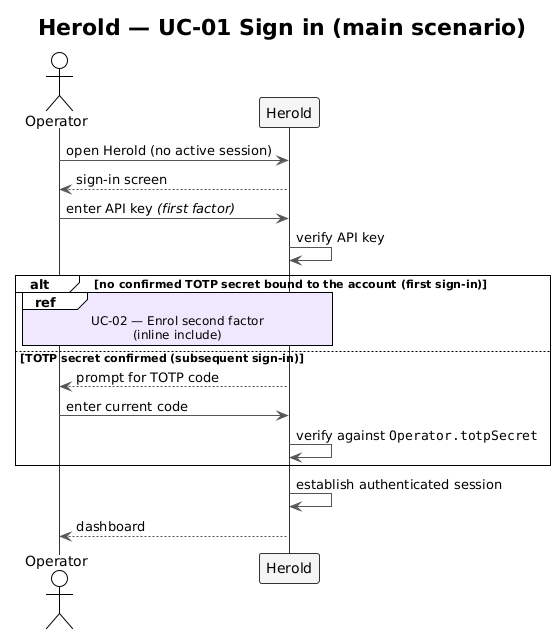
Above: docs/spec/diagrams-png/f2-uc01-sign-in.png in carstenlucke/herold (PlantUML), before the change.
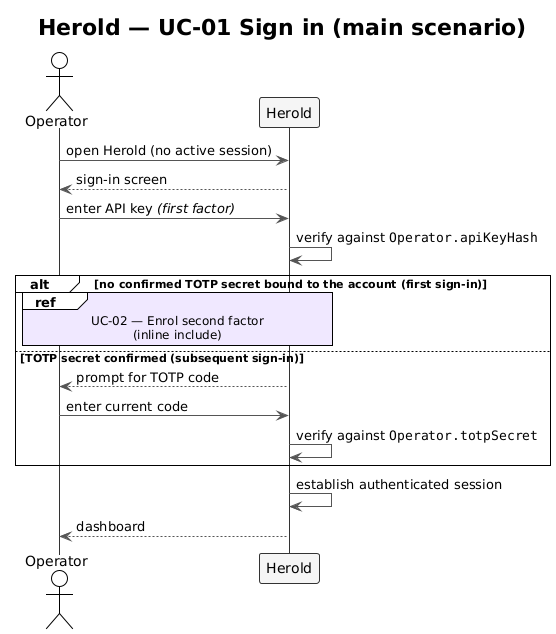
After the change.

Diff of the diagram source:
```diff
@@ -17,7 +17,7 @@
 SYS --> OP  : sign-in screen
 
 OP  ->  SYS : enter API key //(first factor)//
-SYS ->  SYS : verify API key
+SYS ->  SYS : verify against ""Operator.apiKeyHash""
 
 alt no confirmed TOTP secret bound to the account (first sign-in)
   ref over OP, SYS : UC-02 — Enrol second factor\n(inline include)
```
